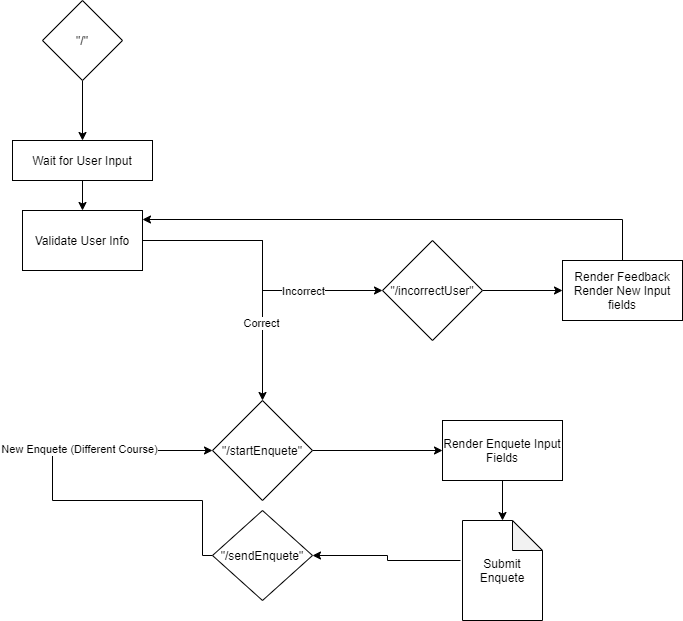
This is assets/flow.png from stanRepo/browser-technologies-2021, a draw.io export, as it was before one commit. Source tidied: cells renumbered, new cells last; positions are measured from the earlier drawing's top-left corner, leaving out a move shared by most shapes.
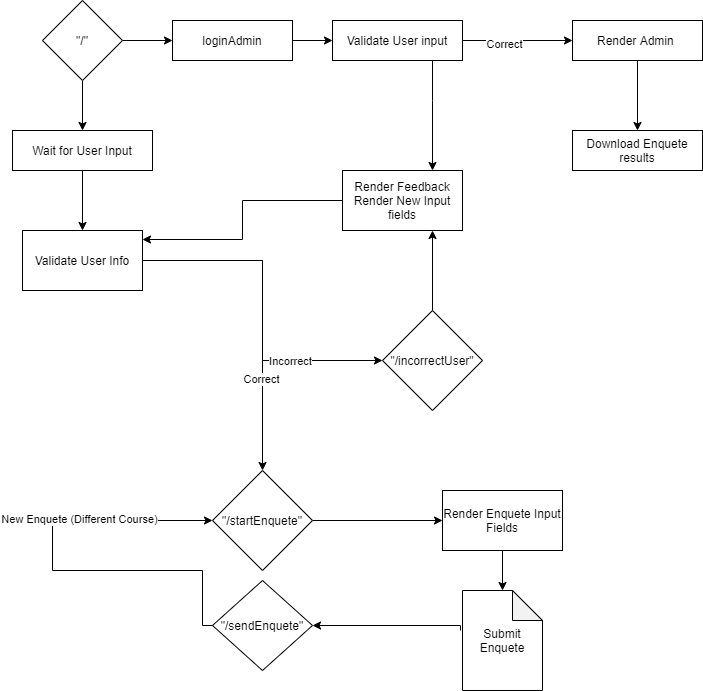
Above is the later version.

The edit, as a diff of the source:
```diff
@@ -6,13 +6,16 @@
       <mxGeometry relative="1" as="geometry" />
     </mxCell>
     <mxCell id="3" value="Wait for User Input" style="rounded=0;whiteSpace=wrap;html=1;" parent="1" vertex="1">
-      <mxGeometry y="140" width="140" height="40" as="geometry" />
+      <mxGeometry y="60" width="140" height="40" as="geometry" />
     </mxCell>
     <mxCell id="4" style="edgeStyle=orthogonalEdgeStyle;rounded=0;jettySize=auto;html=1;" parent="1" edge="1" source="5" target="3">
       <mxGeometry relative="1" as="geometry" />
     </mxCell>
+    <mxCell id="24" style="edgeStyle=orthogonalEdgeStyle;rounded=0;jettySize=auto;html=1;" parent="1" edge="1" source="5" target="26">
+      <mxGeometry relative="1" as="geometry" />
+    </mxCell>
     <mxCell id="5" value="&quot;/&quot;" style="rhombus;whiteSpace=wrap;html=1;" parent="1" vertex="1">
-      <mxGeometry x="30" width="80" height="80" as="geometry" />
+      <mxGeometry x="30" y="-70" width="80" height="80" as="geometry" />
     </mxCell>
     <mxCell id="6" style="edgeStyle=orthogonalEdgeStyle;rounded=0;jettySize=auto;html=1;entryX=0;entryY=0.5;entryDx=0;entryDy=0;" parent="1" edge="1" source="10" target="14">
       <mxGeometry relative="1" as="geometry" />
@@ -27,7 +30,7 @@
       <mxGeometry x="0.44" y="-2" relative="1" as="geometry" />
     </mxCell>
     <mxCell id="10" value="Validate User Info" style="whiteSpace=wrap;html=1;rounded=0;" parent="1" vertex="1">
-      <mxGeometry x="10" y="210" width="120" height="60" as="geometry" />
+      <mxGeometry x="10" y="160" width="120" height="60" as="geometry" />
     </mxCell>
     <mxCell id="11" style="edgeStyle=orthogonalEdgeStyle;rounded=0;jettySize=auto;html=1;" parent="1" edge="1" source="12" target="18">
       <mxGeometry relative="1" as="geometry" />
@@ -35,17 +38,17 @@
     <mxCell id="12" value="&quot;/startEnquete&quot;" style="rhombus;whiteSpace=wrap;html=1;" parent="1" vertex="1">
       <mxGeometry x="200" y="400" width="100" height="100" as="geometry" />
     </mxCell>
-    <mxCell id="13" style="edgeStyle=orthogonalEdgeStyle;rounded=0;jettySize=auto;html=1;" parent="1" edge="1" source="14" target="16">
+    <mxCell id="13" style="edgeStyle=orthogonalEdgeStyle;rounded=0;jettySize=auto;html=1;entryX=0.75;entryY=1;entryDx=0;entryDy=0;" parent="1" edge="1" source="14" target="16">
       <mxGeometry relative="1" as="geometry" />
     </mxCell>
     <mxCell id="14" value="&quot;/incorrectUser&quot;" style="rhombus;whiteSpace=wrap;html=1;" parent="1" vertex="1">
       <mxGeometry x="370" y="240" width="100" height="100" as="geometry" />
     </mxCell>
-    <mxCell id="15" style="edgeStyle=orthogonalEdgeStyle;rounded=0;jettySize=auto;html=1;exitX=0.5;exitY=0;exitDx=0;exitDy=0;entryX=1;entryY=0.15;entryDx=0;entryDy=0;entryPerimeter=0;" parent="1" edge="1" source="16" target="10">
+    <mxCell id="15" style="edgeStyle=orthogonalEdgeStyle;rounded=0;jettySize=auto;html=1;exitX=0;exitY=0.5;exitDx=0;exitDy=0;entryX=1;entryY=0.15;entryDx=0;entryDy=0;entryPerimeter=0;" parent="1" edge="1" source="16" target="10">
       <mxGeometry relative="1" as="geometry" />
     </mxCell>
     <mxCell id="16" value="Render Feedback&lt;br&gt;Render New Input fields" style="rounded=0;whiteSpace=wrap;html=1;" parent="1" vertex="1">
-      <mxGeometry x="550" y="260" width="120" height="60" as="geometry" />
+      <mxGeometry x="330" y="100" width="120" height="60" as="geometry" />
     </mxCell>
     <mxCell id="17" style="edgeStyle=orthogonalEdgeStyle;rounded=0;jettySize=auto;html=1;" parent="1" edge="1" source="18" target="23">
       <mxGeometry relative="1" as="geometry" />
@@ -54,7 +57,11 @@
       <mxGeometry x="430" y="420" width="120" height="60" as="geometry" />
     </mxCell>
     <mxCell id="19" style="edgeStyle=orthogonalEdgeStyle;rounded=0;jettySize=auto;html=1;exitX=-0.025;exitY=0.4;exitDx=0;exitDy=0;entryX=1;entryY=0.5;entryDx=0;entryDy=0;exitPerimeter=0;" parent="1" edge="1" source="23" target="22">
-      <mxGeometry relative="1" as="geometry" />
+      <mxGeometry relative="1" as="geometry">
+        <Array as="points">
+          <mxPoint x="448" y="555" />
+        </Array>
+      </mxGeometry>
     </mxCell>
     <mxCell id="20" style="edgeStyle=orthogonalEdgeStyle;rounded=0;jettySize=auto;html=1;entryX=0;entryY=0.5;entryDx=0;entryDy=0;" parent="1" edge="1" source="22" target="12">
       <mxGeometry relative="1" as="geometry">
@@ -75,5 +82,37 @@
     <mxCell id="23" value="Submit Enquete" style="shape=note;whiteSpace=wrap;html=1;backgroundOutline=1;darkOpacity=0.05;" parent="1" vertex="1">
       <mxGeometry x="450" y="520" width="80" height="100" as="geometry" />
     </mxCell>
+    <mxCell id="25" style="edgeStyle=orthogonalEdgeStyle;rounded=0;jettySize=auto;html=1;" parent="1" edge="1" source="26" target="30">
+      <mxGeometry relative="1" as="geometry" />
+    </mxCell>
+    <mxCell id="26" value="loginAdmin" style="rounded=0;whiteSpace=wrap;html=1;" parent="1" vertex="1">
+      <mxGeometry x="160" y="-50" width="120" height="40" as="geometry" />
+    </mxCell>
+    <mxCell id="27" style="edgeStyle=orthogonalEdgeStyle;rounded=0;jettySize=auto;html=1;" parent="1" edge="1" source="30" target="32">
+      <mxGeometry relative="1" as="geometry" />
+    </mxCell>
+    <mxCell id="28" value="Correct" style="edgeLabel;html=1;align=center;verticalAlign=middle;" parent="27" vertex="1">
+      <mxGeometry x="-0.25" y="-3" relative="1" as="geometry" />
+    </mxCell>
+    <mxCell id="29" style="edgeStyle=orthogonalEdgeStyle;rounded=0;jettySize=auto;html=1;entryX=0.75;entryY=0;entryDx=0;entryDy=0;" parent="1" edge="1" source="30" target="16">
+      <mxGeometry relative="1" as="geometry">
+        <Array as="points">
+          <mxPoint x="420" y="30" />
+          <mxPoint x="420" y="30" />
+        </Array>
+      </mxGeometry>
+    </mxCell>
+    <mxCell id="30" value="Validate User input" style="rounded=0;whiteSpace=wrap;html=1;" parent="1" vertex="1">
+      <mxGeometry x="320" y="-50" width="130" height="40" as="geometry" />
+    </mxCell>
+    <mxCell id="31" style="edgeStyle=orthogonalEdgeStyle;rounded=0;jettySize=auto;html=1;entryX=0.5;entryY=0;entryDx=0;entryDy=0;" parent="1" edge="1" source="32" target="33">
+      <mxGeometry relative="1" as="geometry" />
+    </mxCell>
+    <mxCell id="32" value="Render Admin&amp;nbsp;" style="rounded=0;whiteSpace=wrap;html=1;" parent="1" vertex="1">
+      <mxGeometry x="560" y="-50" width="130" height="40" as="geometry" />
+    </mxCell>
+    <mxCell id="33" value="Download Enquete results" style="rounded=0;whiteSpace=wrap;html=1;" parent="1" vertex="1">
+      <mxGeometry x="560" y="60" width="130" height="40" as="geometry" />
+    </mxCell>
   </root>
 </mxGraphModel>
```
